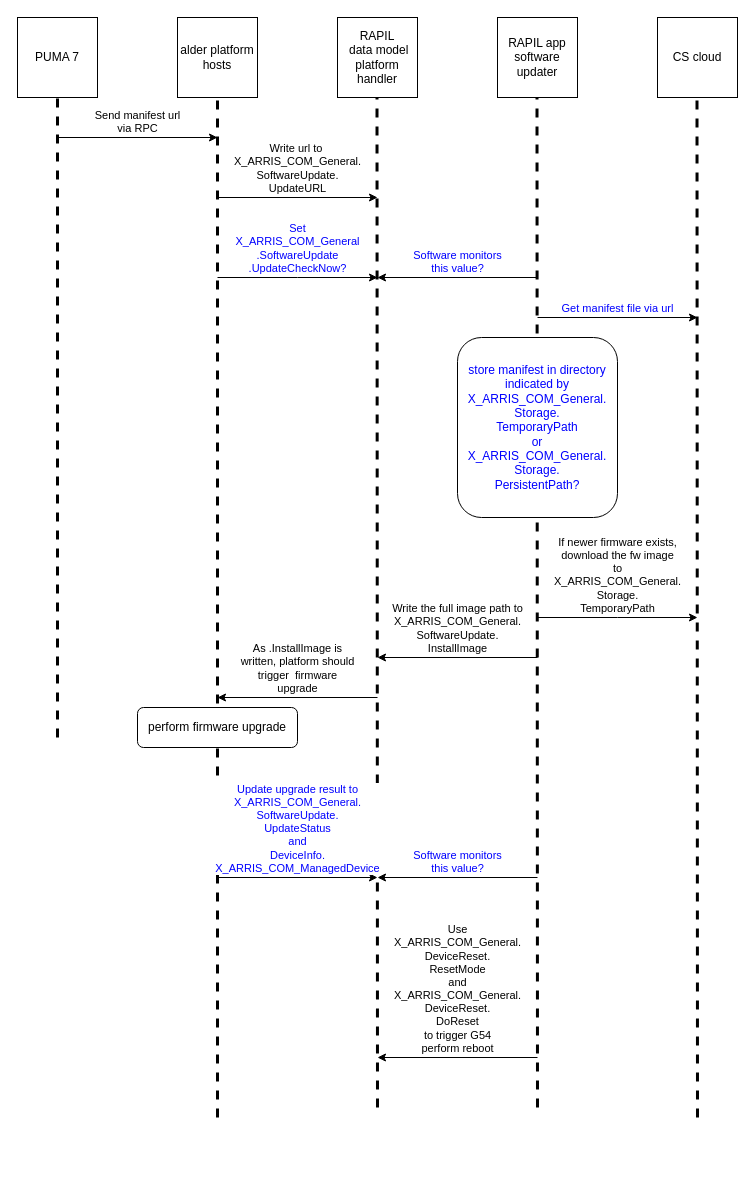
ShastaYeh/PYTHON- keeps this draw.io diagram as 未命名绘图.drawio. Above is the earlier version. Source tidied: cells renumbered, new cells numbered last; positions are measured from the earlier drawing's top-left corner, leaving out a move shared by most shapes. Both pictures are drawn from the tidied source at 100%, with x=0, y=0 at pixel (17, 17).
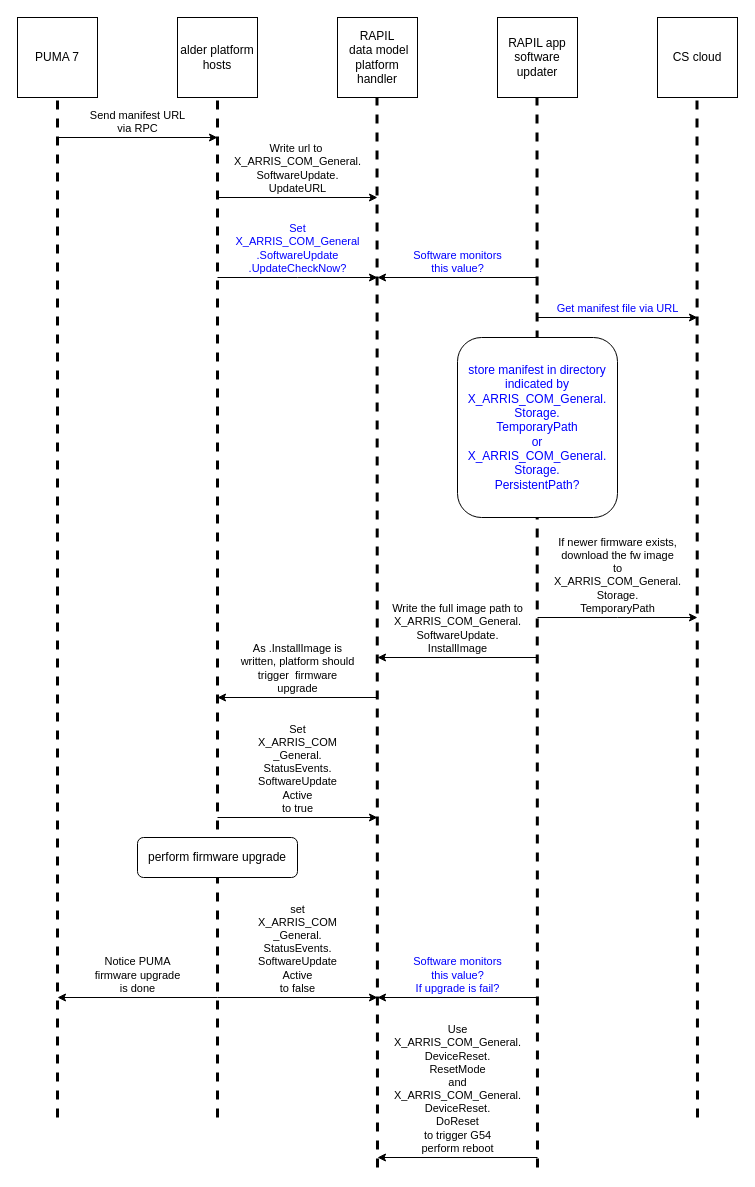
The same page after the edit.

Commit message:
更新未命名绘图.drawio

The change refers to these unchanged cells:
```xml
<mxCell id="2" value="PUMA 7" style="rounded=0;whiteSpace=wrap;html=1;" parent="1" vertex="1">
  <mxGeometry width="80" height="80" as="geometry" />
</mxCell>
```

Change to the diagram source:
```diff
@@
     <mxCell id="4" style="endArrow=none;dashed=1;html=1;rounded=0;entryX=0.5;entryY=1;entryDx=0;entryDy=0;strokeWidth=3;" parent="1" edge="1" target="2">
       <mxGeometry relative="1" as="geometry">
-        <mxPoint x="40" y="720" as="sourcePoint" />
+        <mxPoint x="40" y="1100" as="sourcePoint" />
       </mxGeometry>
     </mxCell>
@@
     <mxCell id="8" style="endArrow=none;dashed=1;html=1;rounded=0;entryX=0.5;entryY=1;entryDx=0;entryDy=0;strokeWidth=3;" parent="1" edge="1">
       <mxGeometry relative="1" as="geometry">
-        <mxPoint x="360" y="1090" as="sourcePoint" />
+        <mxPoint x="360" y="1150" as="sourcePoint" />
         <mxPoint x="359.5" y="80" as="targetPoint" />
       </mxGeometry>
     </mxCell>
     <mxCell id="9" style="endArrow=none;dashed=1;html=1;rounded=0;entryX=0.5;entryY=1;entryDx=0;entryDy=0;strokeWidth=3;" parent="1" edge="1">
       <mxGeometry relative="1" as="geometry">
-        <mxPoint x="520" y="1090" as="sourcePoint" />
+        <mxPoint x="520" y="1150" as="sourcePoint" />
         <mxPoint x="519.5" y="80" as="targetPoint" />
       </mxGeometry>
     </mxCell>
-    <mxCell id="10" value="Send manifest url&lt;br&gt;via RPC" style="endArrow=classic;html=1;rounded=0;labelPosition=center;verticalLabelPosition=top;align=center;verticalAlign=bottom;" parent="1" edge="1">
+    <mxCell id="10" value="Send manifest URL&lt;br&gt;via RPC" style="endArrow=classic;html=1;rounded=0;labelPosition=center;verticalLabelPosition=top;align=center;verticalAlign=bottom;" parent="1" edge="1">
       <mxGeometry relative="1" as="geometry">
         <mxPoint x="40" y="120" as="sourcePoint" />
         <mxPoint x="200" y="120" as="targetPoint" />
       </mxGeometry>
     </mxCell>
@@
-    <mxCell id="16" value="Get manifest file via url" style="endArrow=classic;html=1;rounded=0;fontColor=#0000FF;labelPosition=center;verticalLabelPosition=top;align=center;verticalAlign=bottom;" parent="1" edge="1">
+    <mxCell id="16" value="Get manifest file via URL" style="endArrow=classic;html=1;rounded=0;fontColor=#0000FF;labelPosition=center;verticalLabelPosition=top;align=center;verticalAlign=bottom;" parent="1" edge="1">
       <mxGeometry relative="1" as="geometry">
         <mxPoint x="520" y="300" as="sourcePoint" />
         <mxPoint x="680" y="300" as="targetPoint" />
       </mxGeometry>
     </mxCell>
@@
     <mxCell id="21" value="perform firmware upgrade" style="rounded=1;whiteSpace=wrap;html=1;fontColor=#000000;" parent="1" vertex="1">
-      <mxGeometry x="120" y="690" width="160" height="40" as="geometry" />
+      <mxGeometry x="120" y="820" width="160" height="40" as="geometry" />
     </mxCell>
-    <mxCell id="22" value="&lt;font color=&quot;#0000ff&quot;&gt;Update upgrade result to&lt;br&gt;&lt;span style=&quot;font-size: 11px;&quot;&gt;X_ARRIS_COM_General.&lt;/span&gt;&lt;br&gt;&lt;span style=&quot;font-size: 11px;&quot;&gt;SoftwareUpdate.&lt;/span&gt;&lt;br&gt;&lt;span style=&quot;font-size: 11px;&quot;&gt;UpdateStatus&lt;/span&gt;&lt;br&gt;&lt;span style=&quot;font-size: 11px;&quot;&gt;and&lt;/span&gt;&lt;br&gt;&lt;span style=&quot;font-size: 11px;&quot;&gt;DeviceInfo.&lt;br&gt;X_ARRIS_COM_ManagedDevice&lt;/span&gt;&lt;br&gt;&lt;/font&gt;" style="endArrow=classic;html=1;rounded=0;fontColor=#000000;labelPosition=center;verticalLabelPosition=top;align=center;verticalAlign=bottom;" parent="1" edge="1">
-      <mxGeometry relative="1" as="geometry">
-        <mxPoint x="200" y="860" as="sourcePoint" />
-        <mxPoint x="360" y="860" as="targetPoint" />
-      </mxGeometry>
-    </mxCell>
-    <mxCell id="23" value="Software monitors&lt;br&gt;this value?" style="endArrow=classic;html=1;rounded=0;fontColor=#0000FF;labelPosition=center;verticalLabelPosition=top;align=center;verticalAlign=bottom;" parent="1" edge="1">
+    <mxCell id="23" value="Software monitors&lt;br&gt;this value?&lt;br&gt;If upgrade is fail?" style="endArrow=classic;html=1;rounded=0;fontColor=#0000FF;labelPosition=center;verticalLabelPosition=top;align=center;verticalAlign=bottom;" parent="1" edge="1">
       <mxGeometry relative="1" as="geometry">
-        <mxPoint x="520" y="860" as="sourcePoint" />
-        <mxPoint x="360" y="860" as="targetPoint" />
+        <mxPoint x="520" y="980" as="sourcePoint" />
+        <mxPoint x="360" y="980" as="targetPoint" />
       </mxGeometry>
     </mxCell>
     <mxCell id="24" value="Use&lt;br&gt;X_ARRIS_COM_General.&lt;br&gt;DeviceReset.&lt;br&gt;ResetMode&lt;br&gt;and&lt;br&gt;&lt;span style=&quot;font-size: 11px;&quot;&gt;X_ARRIS_COM_General.&lt;br&gt;DeviceReset.&lt;br&gt;DoReset&lt;br&gt;&lt;/span&gt;to trigger G54&lt;br&gt;perform reboot" style="endArrow=classic;html=1;rounded=0;fontColor=#000000;labelPosition=center;verticalLabelPosition=top;align=center;verticalAlign=bottom;" parent="1" edge="1">
       <mxGeometry relative="1" as="geometry">
-        <mxPoint x="520" y="1040" as="sourcePoint" />
-        <mxPoint x="360" y="1040" as="targetPoint" />
+        <mxPoint x="520" y="1140" as="sourcePoint" />
+        <mxPoint x="360" y="1140" as="targetPoint" />
       </mxGeometry>
     </mxCell>
+    <mxCell id="25" value="Set&lt;br&gt;&lt;div&gt;&lt;span style=&quot;font-size: 11px;&quot;&gt;X_ARRIS_COM&lt;/span&gt;&lt;/div&gt;&lt;div&gt;&lt;span style=&quot;font-size: 11px;&quot;&gt;_General.&lt;/span&gt;&lt;/div&gt;&lt;div&gt;&lt;span style=&quot;font-size: 11px;&quot;&gt;StatusEvents.&lt;/span&gt;&lt;/div&gt;&lt;div&gt;&lt;span style=&quot;font-size: 11px;&quot;&gt;SoftwareUpdate&lt;/span&gt;&lt;/div&gt;&lt;div&gt;&lt;span style=&quot;font-size: 11px;&quot;&gt;Active&lt;/span&gt;&lt;/div&gt;&lt;div&gt;&lt;span style=&quot;font-size: 11px;&quot;&gt;to&amp;nbsp;&lt;/span&gt;true&lt;/div&gt;" style="endArrow=classic;html=1;rounded=0;fontColor=#000000;strokeWidth=1;labelPosition=center;verticalLabelPosition=top;align=center;verticalAlign=bottom;" parent="1" edge="1">
+      <mxGeometry relative="1" as="geometry">
+        <mxPoint x="200" y="800" as="sourcePoint" />
+        <mxPoint x="360" y="800" as="targetPoint" />
+      </mxGeometry>
+    </mxCell>
+    <mxCell id="26" value="set&lt;br&gt;X_ARRIS_COM&lt;br&gt;_General.&lt;br&gt;StatusEvents.&lt;br&gt;SoftwareUpdate&lt;br&gt;Active&lt;br&gt;to false" style="endArrow=classic;html=1;rounded=0;fontColor=#000000;strokeWidth=1;labelPosition=center;verticalLabelPosition=top;align=center;verticalAlign=bottom;" parent="1" edge="1">
+      <mxGeometry relative="1" as="geometry">
+        <mxPoint x="200" y="980" as="sourcePoint" />
+        <mxPoint x="360" y="980" as="targetPoint" />
+      </mxGeometry>
+    </mxCell>
+    <mxCell id="27" value="Notice PUMA&lt;br&gt;firmware upgrade&lt;br&gt;is done" style="endArrow=classic;html=1;rounded=0;fontColor=#000000;strokeWidth=1;labelPosition=center;verticalLabelPosition=top;align=center;verticalAlign=bottom;" parent="1" edge="1">
+      <mxGeometry relative="1" as="geometry">
+        <mxPoint x="200" y="980" as="sourcePoint" />
+        <mxPoint x="40" y="980" as="targetPoint" />
+      </mxGeometry>
+    </mxCell>
```
